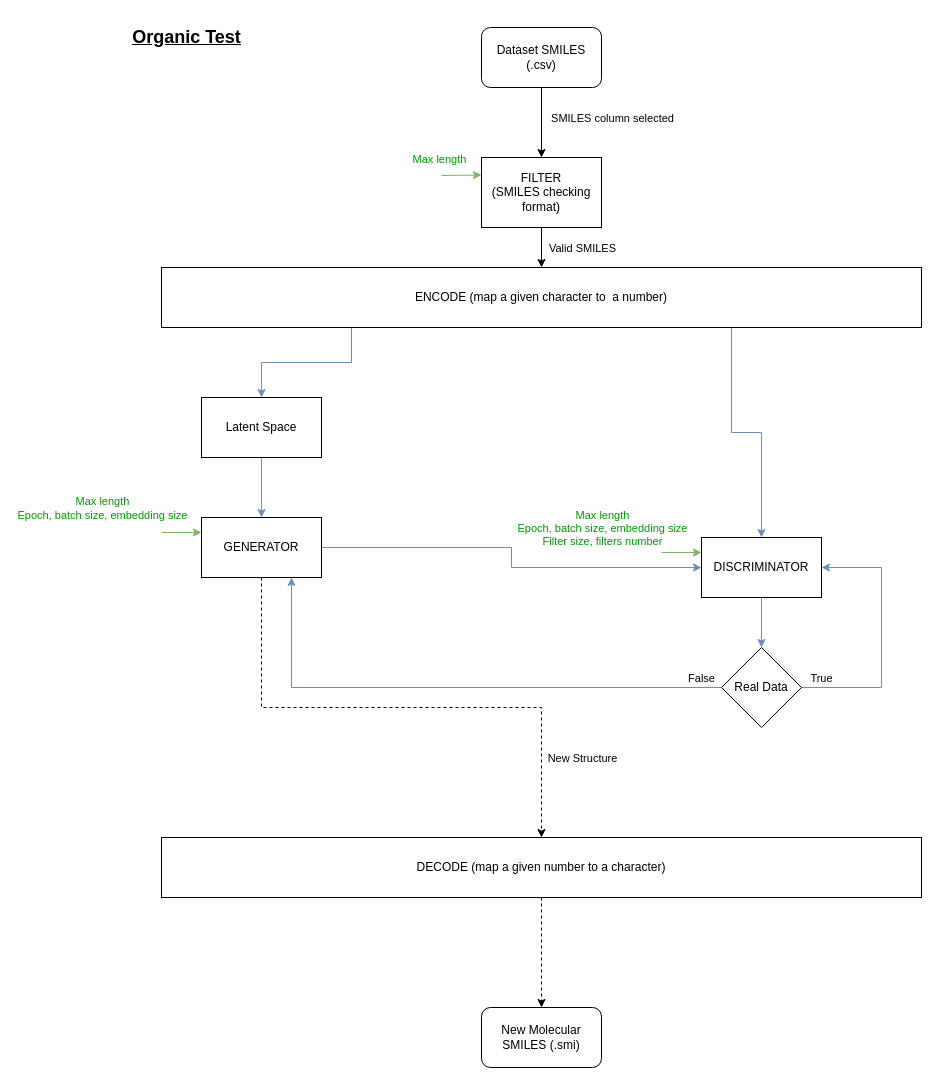
tahiri-lab/QSAR keeps this draw.io diagram as GAN.drawio. Above is the earlier version. Source tidied: cells renumbered, new cells numbered last; positions are measured from the earlier drawing's top-left corner, leaving out a move shared by most shapes. Both pictures are drawn from the tidied source at 100%, with x=0, y=0 at pixel (121, 17).
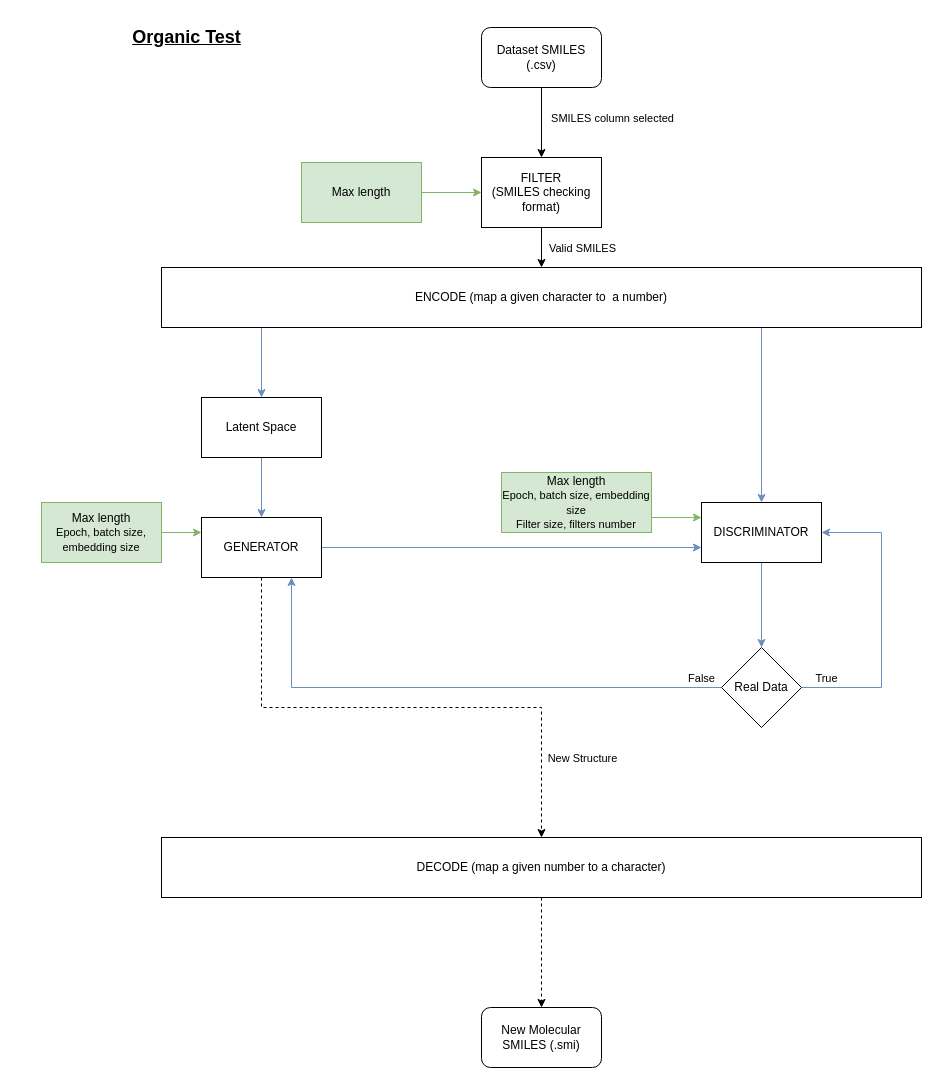
After the change.

Commit message:
Mettre à jour GAN.drawio

Unchanged cells that the change refers to:
```xml
<mxCell id="3" value="FILTER&lt;br&gt;(SMILES checking format)" style="rounded=0;whiteSpace=wrap;html=1;" parent="1" vertex="1">
  <mxGeometry x="360" y="140" width="120" height="70" as="geometry" />
</mxCell>
<mxCell id="9" value="ENCODE (map a given character to&amp;nbsp; a number)" style="rounded=0;whiteSpace=wrap;html=1;" parent="1" vertex="1">
  <mxGeometry x="40" y="250" width="760" height="60" as="geometry" />
</mxCell>
<mxCell id="11" value="Latent Space" style="rounded=0;whiteSpace=wrap;html=1;" parent="1" vertex="1">
  <mxGeometry x="80" y="380" width="120" height="60" as="geometry" />
</mxCell>
<mxCell id="15" value="GENERATOR" style="rounded=0;whiteSpace=wrap;html=1;" parent="1" vertex="1">
  <mxGeometry x="80" y="500" width="120" height="60" as="geometry" />
</mxCell>
<mxCell id="22" value="Real Data" style="rhombus;whiteSpace=wrap;html=1;" parent="1" vertex="1">
  <mxGeometry x="600" y="630" width="80" height="80" as="geometry" />
</mxCell>
```

Diff of the diagram source:
```diff
@@
     <mxCell id="7" style="edgeStyle=orthogonalEdgeStyle;rounded=0;jettySize=auto;html=1;exitX=0.25;exitY=1;exitDx=0;exitDy=0;entryX=0.5;entryY=0;entryDx=0;entryDy=0;fillColor=#dae8fc;strokeColor=#6c8ebf;" parent="1" edge="1" source="9" target="11">
-      <mxGeometry relative="1" as="geometry" />
+      <mxGeometry relative="1" as="geometry">
+        <Array as="points">
+          <mxPoint x="140" y="310" />
+        </Array>
+      </mxGeometry>
     </mxCell>
     <mxCell id="8" style="edgeStyle=orthogonalEdgeStyle;rounded=0;jettySize=auto;html=1;exitX=0.75;exitY=1;exitDx=0;exitDy=0;entryX=0.5;entryY=0;entryDx=0;entryDy=0;fillColor=#dae8fc;strokeColor=#6c8ebf;" parent="1" edge="1" source="9" target="17">
-      <mxGeometry relative="1" as="geometry" />
+      <mxGeometry relative="1" as="geometry">
+        <Array as="points">
+          <mxPoint x="640" y="310" />
+        </Array>
+      </mxGeometry>
     </mxCell>
@@
-    <mxCell id="12" style="edgeStyle=orthogonalEdgeStyle;rounded=0;jettySize=auto;html=1;exitX=1;exitY=0.5;exitDx=0;exitDy=0;entryX=0;entryY=0.5;entryDx=0;entryDy=0;fillColor=#dae8fc;strokeColor=#6c8ebf;" parent="1" edge="1" source="15" target="17">
+    <mxCell id="12" style="edgeStyle=orthogonalEdgeStyle;rounded=0;jettySize=auto;html=1;exitX=1;exitY=0.5;exitDx=0;exitDy=0;entryX=0;entryY=0.75;entryDx=0;entryDy=0;fillColor=#dae8fc;strokeColor=#6c8ebf;" parent="1" edge="1" source="15" target="17">
       <mxGeometry relative="1" as="geometry" />
     </mxCell>
@@
     <mxCell id="17" value="DISCRIMINATOR" style="rounded=0;whiteSpace=wrap;html=1;" parent="1" vertex="1">
-      <mxGeometry x="580" y="520" width="120" height="60" as="geometry" />
+      <mxGeometry x="580" y="485" width="120" height="60" as="geometry" />
     </mxCell>
@@
     <mxCell id="20" style="edgeStyle=orthogonalEdgeStyle;rounded=0;jettySize=auto;html=1;exitX=1;exitY=0.5;exitDx=0;exitDy=0;entryX=1;entryY=0.5;entryDx=0;entryDy=0;fillColor=#dae8fc;strokeColor=#6c8ebf;" parent="1" edge="1" source="22" target="17">
       <mxGeometry relative="1" as="geometry">
         <Array as="points">
           <mxPoint x="760" y="670" />
-          <mxPoint x="760" y="550" />
+          <mxPoint x="760" y="515" />
         </Array>
       </mxGeometry>
     </mxCell>
@@
-    <mxCell id="26" style="endArrow=classic;html=1;rounded=0;entryX=0;entryY=0.25;entryDx=0;entryDy=0;fillColor=#d5e8d4;strokeColor=#82b366;" parent="1" edge="1" target="17">
-      <mxGeometry relative="1" as="geometry">
-        <mxPoint x="540" y="535" as="sourcePoint" />
-      </mxGeometry>
+    <mxCell id="26" style="endArrow=classic;html=1;rounded=0;entryX=0;entryY=0.25;entryDx=0;entryDy=0;fillColor=#d5e8d4;strokeColor=#82b366;exitX=1;exitY=0.75;exitDx=0;exitDy=0;" parent="1" edge="1" source="30" target="17">
+      <mxGeometry relative="1" as="geometry" />
     </mxCell>
-    <mxCell id="27" style="endArrow=classic;html=1;rounded=0;entryX=0;entryY=0.25;entryDx=0;entryDy=0;fillColor=#d5e8d4;strokeColor=#82b366;" parent="1" edge="1" target="15">
-      <mxGeometry relative="1" as="geometry">
-        <mxPoint x="40" y="515" as="sourcePoint" />
-      </mxGeometry>
+    <mxCell id="27" style="endArrow=classic;html=1;rounded=0;entryX=0;entryY=0.25;entryDx=0;entryDy=0;fillColor=#d5e8d4;strokeColor=#82b366;exitX=1;exitY=0.5;exitDx=0;exitDy=0;" parent="1" edge="1" source="28" target="15">
+      <mxGeometry relative="1" as="geometry" />
     </mxCell>
-    <mxCell id="28" value="Max length&lt;br&gt;Epoch, batch size, embedding size" style="edgeLabel;html=1;align=center;verticalAlign=middle;points=[];fontColor=#009900;" parent="27" vertex="1">
-      <mxGeometry x="0.05" y="-1" relative="1" as="geometry">
-        <mxPoint x="-81" y="-26" as="offset" />
-      </mxGeometry>
-    </mxCell>
-    <mxCell id="29" value="Max length" style="edgeLabel;html=1;align=center;verticalAlign=middle;points=[];fontColor=#009900;" parent="1" vertex="1">
-      <mxGeometry x="40" y="420" as="geometry">
-        <mxPoint x="277" y="-279" as="offset" />
-      </mxGeometry>
-    </mxCell>
-    <mxCell id="30" value="Max length&lt;br&gt;Epoch, batch size, embedding size&lt;br&gt;Filter size, filters number" style="edgeLabel;html=1;align=center;verticalAlign=middle;points=[];fontColor=#009900;" parent="1" vertex="1">
-      <mxGeometry x="480" y="510" as="geometry" />
-    </mxCell>
-    <mxCell id="31" style="endArrow=classic;html=1;rounded=0;entryX=0;entryY=0.25;entryDx=0;entryDy=0;fillColor=#d5e8d4;strokeColor=#82b366;" parent="1" edge="1" target="3">
-      <mxGeometry relative="1" as="geometry">
-        <mxPoint x="320" y="158" as="sourcePoint" />
-      </mxGeometry>
+    <mxCell id="31" style="endArrow=classic;html=1;rounded=0;entryX=0;entryY=0.5;entryDx=0;entryDy=0;fillColor=#d5e8d4;strokeColor=#82b366;exitX=1;exitY=0.5;exitDx=0;exitDy=0;" parent="1" edge="1" source="29" target="3">
+      <mxGeometry relative="1" as="geometry" />
     </mxCell>
@@
+    <mxCell id="30" value="Max length&lt;br style=&quot;border-color: var(--border-color); font-size: 11px;&quot;&gt;&lt;span style=&quot;font-size: 11px;&quot;&gt;Epoch, batch size, embedding size&lt;/span&gt;&lt;br style=&quot;border-color: var(--border-color); font-size: 11px;&quot;&gt;&lt;span style=&quot;font-size: 11px;&quot;&gt;Filter size, filters number&lt;/span&gt;" style="rounded=0;whiteSpace=wrap;html=1;fillColor=#d5e8d4;strokeColor=#82b366;" parent="1" vertex="1">
+      <mxGeometry x="380" y="455" width="150" height="60" as="geometry" />
+    </mxCell>
+    <mxCell id="28" value="Max length&lt;br style=&quot;border-color: var(--border-color); font-size: 11px;&quot;&gt;&lt;span style=&quot;font-size: 11px;&quot;&gt;Epoch, batch size, embedding size&lt;/span&gt;" style="rounded=0;whiteSpace=wrap;html=1;fillColor=#d5e8d4;strokeColor=#82b366;" parent="1" vertex="1">
+      <mxGeometry x="-80" y="485" width="120" height="60" as="geometry" />
+    </mxCell>
+    <mxCell id="29" value="Max length" style="rounded=0;whiteSpace=wrap;html=1;fillColor=#d5e8d4;strokeColor=#82b366;" parent="1" vertex="1">
+      <mxGeometry x="180" y="145" width="120" height="60" as="geometry" />
+    </mxCell>
```
